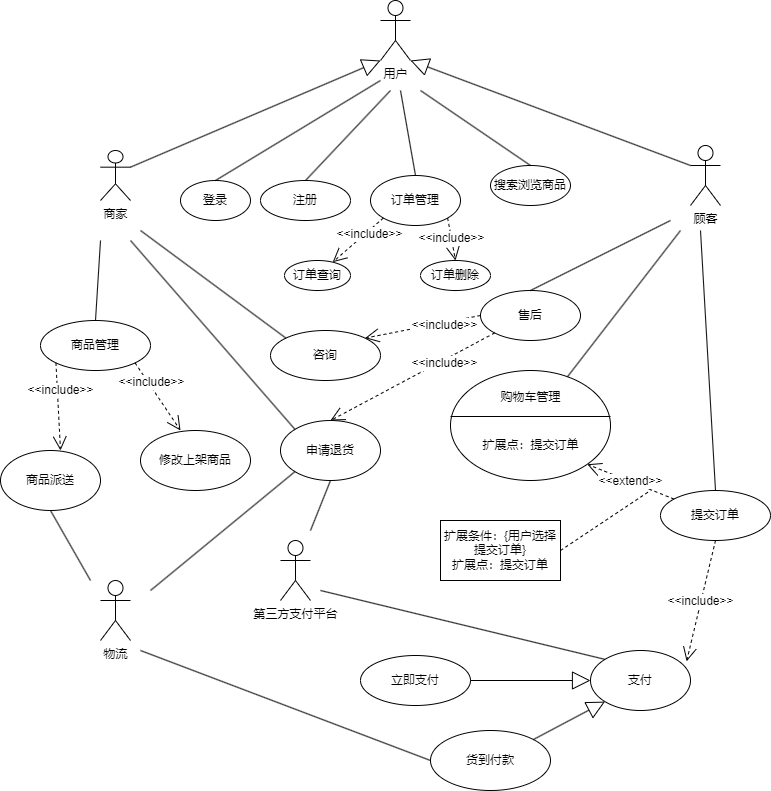
ICEFJL/Experiment-with-software-development-methods keeps this draw.io diagram as 实验1.drawio.png. Above is the earlier version. Source tidied: cells renumbered, new cells last; positions are measured from the earlier drawing's top-left corner, leaving out a move shared by most shapes. The source it was exported from:
```xml
<mxGraphModel>
  <root>
    <mxCell id="0" />
    <mxCell id="1" parent="0" />
    <mxCell id="2" value="用户" style="shape=umlActor;verticalLabelPosition=bottom;verticalAlign=top;html=1;outlineConnect=0;" parent="1" vertex="1">
      <mxGeometry x="380" width="30" height="60" as="geometry" />
    </mxCell>
    <mxCell id="3" value="顾客" style="shape=umlActor;verticalLabelPosition=bottom;verticalAlign=top;html=1;outlineConnect=0;" parent="1" vertex="1">
      <mxGeometry x="690" y="145" width="30" height="60" as="geometry" />
    </mxCell>
    <mxCell id="4" value="商家" style="shape=umlActor;verticalLabelPosition=bottom;verticalAlign=top;html=1;outlineConnect=0;" parent="1" vertex="1">
      <mxGeometry x="100" y="150" width="30" height="50" as="geometry" />
    </mxCell>
    <mxCell id="5" style="endArrow=block;endSize=16;endFill=0;html=1;rounded=0;exitX=1;exitY=0.3333333333333333;exitDx=0;exitDy=0;exitPerimeter=0;entryX=0;entryY=1;entryDx=0;entryDy=0;entryPerimeter=0;" parent="1" edge="1" source="4" target="2">
      <mxGeometry relative="1" as="geometry" />
    </mxCell>
    <mxCell id="6" style="endArrow=block;endSize=16;endFill=0;html=1;rounded=0;exitX=0;exitY=0.3333333333333333;exitDx=0;exitDy=0;exitPerimeter=0;entryX=1;entryY=1;entryDx=0;entryDy=0;entryPerimeter=0;" parent="1" edge="1" source="3" target="2">
      <mxGeometry relative="1" as="geometry" />
    </mxCell>
    <mxCell id="7" value="登录" style="ellipse;whiteSpace=wrap;html=1;" parent="1" vertex="1">
      <mxGeometry x="180" y="180" width="70" height="40" as="geometry" />
    </mxCell>
    <mxCell id="8" style="endArrow=none;html=1;rounded=0;exitX=0.5;exitY=0;exitDx=0;exitDy=0;" parent="1" edge="1" source="7">
      <mxGeometry relative="1" as="geometry">
        <mxPoint x="380" y="80" as="targetPoint" />
      </mxGeometry>
    </mxCell>
    <mxCell id="9" value="注册" style="ellipse;whiteSpace=wrap;html=1;" parent="1" vertex="1">
      <mxGeometry x="260" y="180" width="90" height="40" as="geometry" />
    </mxCell>
    <mxCell id="10" style="endArrow=none;html=1;rounded=0;exitX=0.5;exitY=0;exitDx=0;exitDy=0;" parent="1" edge="1" source="9">
      <mxGeometry relative="1" as="geometry">
        <mxPoint x="390" y="90" as="targetPoint" />
      </mxGeometry>
    </mxCell>
    <mxCell id="11" value="订单管理" style="ellipse;whiteSpace=wrap;html=1;" parent="1" vertex="1">
      <mxGeometry x="370" y="175" width="90" height="50" as="geometry" />
    </mxCell>
    <mxCell id="12" style="endArrow=none;html=1;rounded=0;entryX=0.5;entryY=0;entryDx=0;entryDy=0;" parent="1" edge="1" target="11">
      <mxGeometry relative="1" as="geometry">
        <mxPoint x="400" y="90" as="sourcePoint" />
      </mxGeometry>
    </mxCell>
    <mxCell id="13" value="搜索浏览商品" style="ellipse;whiteSpace=wrap;html=1;" parent="1" vertex="1">
      <mxGeometry x="490" y="165" width="80" height="40" as="geometry" />
    </mxCell>
    <mxCell id="14" style="endArrow=none;html=1;rounded=0;entryX=0.5;entryY=0;entryDx=0;entryDy=0;" parent="1" edge="1" target="13">
      <mxGeometry relative="1" as="geometry">
        <mxPoint x="420" y="90" as="sourcePoint" />
      </mxGeometry>
    </mxCell>
    <mxCell id="15" value="&amp;lt;&amp;lt;include&amp;gt;&amp;gt;" style="endArrow=open;endSize=12;dashed=1;html=1;rounded=0;exitX=0;exitY=1;exitDx=0;exitDy=0;" parent="1" edge="1" source="11" target="16">
      <mxGeometry x="-0.37" y="3" relative="1" as="geometry" />
    </mxCell>
    <mxCell id="16" value="订单查询" style="ellipse;whiteSpace=wrap;html=1;" parent="1" vertex="1">
      <mxGeometry x="284" y="260" width="66" height="30" as="geometry" />
    </mxCell>
    <mxCell id="17" value="订单删除" style="ellipse;whiteSpace=wrap;html=1;" parent="1" vertex="1">
      <mxGeometry x="420" y="260" width="70" height="30" as="geometry" />
    </mxCell>
    <mxCell id="18" value="&amp;lt;&amp;lt;include&amp;gt;&amp;gt;" style="endArrow=open;endSize=12;dashed=1;html=1;rounded=0;exitX=1;exitY=1;exitDx=0;exitDy=0;entryX=0.5;entryY=0;entryDx=0;entryDy=0;" parent="1" edge="1" source="11" target="17">
      <mxGeometry relative="1" as="geometry" />
    </mxCell>
    <mxCell id="19" style="ellipse;whiteSpace=wrap;html=1;" parent="1" vertex="1">
      <mxGeometry x="450" y="370" width="160" height="110" as="geometry" />
    </mxCell>
    <mxCell id="20" style="endArrow=none;html=1;rounded=0;exitX=0.731;exitY=0.057;exitDx=0;exitDy=0;exitPerimeter=0;" parent="1" edge="1" source="19">
      <mxGeometry relative="1" as="geometry">
        <mxPoint x="680" y="230" as="targetPoint" />
      </mxGeometry>
    </mxCell>
    <mxCell id="21" value="售后" style="ellipse;whiteSpace=wrap;html=1;" parent="1" vertex="1">
      <mxGeometry x="480" y="290" width="100" height="50" as="geometry" />
    </mxCell>
    <mxCell id="22" style="endArrow=none;html=1;rounded=0;exitX=0.5;exitY=0;exitDx=0;exitDy=0;" parent="1" edge="1" source="21">
      <mxGeometry relative="1" as="geometry">
        <mxPoint x="670" y="220" as="targetPoint" />
      </mxGeometry>
    </mxCell>
    <mxCell id="23" value="提交订单" style="ellipse;whiteSpace=wrap;html=1;" parent="1" vertex="1">
      <mxGeometry x="660" y="490" width="110" height="50" as="geometry" />
    </mxCell>
    <mxCell id="24" value="支付" style="ellipse;whiteSpace=wrap;html=1;" parent="1" vertex="1">
      <mxGeometry x="590" y="650" width="100" height="60" as="geometry" />
    </mxCell>
    <mxCell id="25" value="商品管理" style="ellipse;whiteSpace=wrap;html=1;" parent="1" vertex="1">
      <mxGeometry x="40" y="320" width="110" height="50" as="geometry" />
    </mxCell>
    <mxCell id="26" style="endArrow=none;html=1;rounded=0;exitX=0.5;exitY=0;exitDx=0;exitDy=0;" parent="1" edge="1" source="25">
      <mxGeometry relative="1" as="geometry">
        <mxPoint x="100" y="240" as="targetPoint" />
      </mxGeometry>
    </mxCell>
    <mxCell id="27" style="endArrow=none;html=1;rounded=0;exitX=0.5;exitY=0;exitDx=0;exitDy=0;" parent="1" edge="1" source="23">
      <mxGeometry relative="1" as="geometry">
        <mxPoint x="700" y="230" as="targetPoint" />
      </mxGeometry>
    </mxCell>
    <mxCell id="28" value="&amp;lt;&amp;lt;extend&amp;gt;&amp;gt;" style="endArrow=open;endSize=12;dashed=1;html=1;rounded=0;entryX=1;entryY=1;entryDx=0;entryDy=0;" parent="1" edge="1" source="23" target="19">
      <mxGeometry relative="1" as="geometry" />
    </mxCell>
    <mxCell id="29" value="&amp;lt;&amp;lt;include&amp;gt;&amp;gt;" style="endArrow=open;endSize=12;dashed=1;html=1;rounded=0;exitX=0.5;exitY=1;exitDx=0;exitDy=0;entryX=0.961;entryY=0.181;entryDx=0;entryDy=0;entryPerimeter=0;" parent="1" edge="1" source="23" target="24">
      <mxGeometry relative="1" as="geometry" />
    </mxCell>
    <mxCell id="30" value="申请退货" style="ellipse;whiteSpace=wrap;html=1;" parent="1" vertex="1">
      <mxGeometry x="280" y="420" width="100" height="60" as="geometry" />
    </mxCell>
    <mxCell id="31" value="&amp;lt;&amp;lt;include&amp;gt;&amp;gt;" style="endArrow=open;endSize=12;dashed=1;html=1;rounded=0;exitX=0;exitY=1;exitDx=0;exitDy=0;entryX=0.5;entryY=0;entryDx=0;entryDy=0;" parent="1" edge="1" source="21" target="30">
      <mxGeometry x="-0.37" y="3" relative="1" as="geometry" />
    </mxCell>
    <mxCell id="32" value="咨询" style="ellipse;whiteSpace=wrap;html=1;" parent="1" vertex="1">
      <mxGeometry x="270" y="330" width="110" height="50" as="geometry" />
    </mxCell>
    <mxCell id="33" value="&amp;lt;&amp;lt;include&amp;gt;&amp;gt;" style="endArrow=open;endSize=12;dashed=1;html=1;rounded=0;exitX=0;exitY=0.5;exitDx=0;exitDy=0;entryX=1;entryY=0;entryDx=0;entryDy=0;" parent="1" edge="1" source="21" target="32">
      <mxGeometry x="-0.37" y="3" relative="1" as="geometry" />
    </mxCell>
    <mxCell id="34" style="endArrow=none;html=1;rounded=0;exitX=0;exitY=0;exitDx=0;exitDy=0;" parent="1" edge="1" source="32">
      <mxGeometry relative="1" as="geometry">
        <mxPoint x="140" y="230" as="targetPoint" />
      </mxGeometry>
    </mxCell>
    <mxCell id="35" value="立即支付" style="ellipse;whiteSpace=wrap;html=1;" parent="1" vertex="1">
      <mxGeometry x="360" y="655" width="110" height="50" as="geometry" />
    </mxCell>
    <mxCell id="36" value="货到付款" style="ellipse;whiteSpace=wrap;html=1;" parent="1" vertex="1">
      <mxGeometry x="430" y="730" width="120" height="60" as="geometry" />
    </mxCell>
    <mxCell id="37" style="endArrow=block;endSize=16;endFill=0;html=1;rounded=0;exitX=1;exitY=0.5;exitDx=0;exitDy=0;entryX=0;entryY=0.5;entryDx=0;entryDy=0;" parent="1" edge="1" source="35" target="24">
      <mxGeometry relative="1" as="geometry" />
    </mxCell>
    <mxCell id="38" style="endArrow=block;endSize=16;endFill=0;html=1;rounded=0;exitX=1;exitY=0;exitDx=0;exitDy=0;entryX=0;entryY=1;entryDx=0;entryDy=0;" parent="1" edge="1" source="36" target="24">
      <mxGeometry relative="1" as="geometry" />
    </mxCell>
    <mxCell id="39" style="endArrow=none;html=1;rounded=0;exitX=0;exitY=0;exitDx=0;exitDy=0;" parent="1" edge="1" source="30">
      <mxGeometry relative="1" as="geometry">
        <mxPoint x="130" y="240" as="targetPoint" />
      </mxGeometry>
    </mxCell>
    <mxCell id="40" value="第三方支付平台" style="shape=umlActor;verticalLabelPosition=bottom;verticalAlign=top;html=1;" parent="1" vertex="1">
      <mxGeometry x="280" y="540" width="30" height="60" as="geometry" />
    </mxCell>
    <mxCell id="41" style="endArrow=none;html=1;rounded=0;exitX=0;exitY=0;exitDx=0;exitDy=0;" parent="1" edge="1" source="24">
      <mxGeometry relative="1" as="geometry">
        <mxPoint x="320" y="590" as="targetPoint" />
      </mxGeometry>
    </mxCell>
    <mxCell id="42" style="endArrow=none;html=1;rounded=0;exitX=0.5;exitY=1;exitDx=0;exitDy=0;" parent="1" edge="1" source="30">
      <mxGeometry relative="1" as="geometry">
        <mxPoint x="310" y="530" as="targetPoint" />
      </mxGeometry>
    </mxCell>
    <mxCell id="43" style="line;strokeWidth=1;fillColor=none;align=left;verticalAlign=middle;spacingTop=-1;spacingLeft=3;spacingRight=3;labelPosition=right;strokeColor=inherit;" parent="1" vertex="1">
      <mxGeometry x="450" y="412" width="160" height="8" as="geometry" />
    </mxCell>
    <mxCell id="44" value="购物车管理" style="text;html=1;align=center;verticalAlign=middle;strokeColor=none;fillColor=none;" parent="1" vertex="1">
      <mxGeometry x="490" y="382" width="80" height="30" as="geometry" />
    </mxCell>
    <mxCell id="45" value="扩展点：提交订单" style="text;html=1;align=center;verticalAlign=middle;strokeColor=none;fillColor=none;" parent="1" vertex="1">
      <mxGeometry x="470" y="430" width="120" height="30" as="geometry" />
    </mxCell>
    <mxCell id="46" value="扩展条件：{用户选择提交订单}&lt;br&gt;扩展点：提交订单" style="rounded=0;whiteSpace=wrap;html=1;" parent="1" vertex="1">
      <mxGeometry x="440" y="520" width="120" height="60" as="geometry" />
    </mxCell>
    <mxCell id="47" style="endArrow=none;dashed=1;html=1;rounded=0;exitX=1;exitY=0.5;exitDx=0;exitDy=0;" parent="1" edge="1" source="46">
      <mxGeometry relative="1" as="geometry">
        <mxPoint x="650" y="490" as="targetPoint" />
      </mxGeometry>
    </mxCell>
    <mxCell id="48" value="物流" style="shape=umlActor;verticalLabelPosition=bottom;verticalAlign=top;html=1;" parent="1" vertex="1">
      <mxGeometry x="100" y="580" width="30" height="60" as="geometry" />
    </mxCell>
    <mxCell id="49" style="endArrow=none;html=1;rounded=0;exitX=0;exitY=1;exitDx=0;exitDy=0;" parent="1" edge="1" source="30">
      <mxGeometry relative="1" as="geometry">
        <mxPoint x="150" y="590" as="targetPoint" />
      </mxGeometry>
    </mxCell>
    <mxCell id="50" style="endArrow=none;html=1;rounded=0;exitX=0;exitY=0.5;exitDx=0;exitDy=0;" parent="1" edge="1" source="36">
      <mxGeometry relative="1" as="geometry">
        <mxPoint x="140" y="650" as="targetPoint" />
      </mxGeometry>
    </mxCell>
    <mxCell id="51" value="&amp;lt;&amp;lt;include&amp;gt;&amp;gt;" style="endArrow=open;endSize=12;dashed=1;html=1;rounded=0;exitX=1;exitY=1;exitDx=0;exitDy=0;" parent="1" edge="1" source="25">
      <mxGeometry x="-0.37" y="3" relative="1" as="geometry">
        <mxPoint x="180" y="430" as="targetPoint" />
      </mxGeometry>
    </mxCell>
    <mxCell id="52" value="修改上架商品" style="ellipse;whiteSpace=wrap;html=1;" parent="1" vertex="1">
      <mxGeometry x="140" y="430" width="110" height="60" as="geometry" />
    </mxCell>
    <mxCell id="53" value="&amp;lt;&amp;lt;include&amp;gt;&amp;gt;" style="endArrow=open;endSize=12;dashed=1;html=1;rounded=0;exitX=0;exitY=1;exitDx=0;exitDy=0;" parent="1" edge="1" source="25">
      <mxGeometry x="-0.37" y="3" relative="1" as="geometry">
        <mxPoint x="60" y="450" as="targetPoint" />
      </mxGeometry>
    </mxCell>
    <mxCell id="54" value="商品派送" style="ellipse;whiteSpace=wrap;html=1;" parent="1" vertex="1">
      <mxGeometry y="450" width="100" height="60" as="geometry" />
    </mxCell>
    <mxCell id="55" style="endArrow=none;html=1;rounded=0;exitX=0.5;exitY=1;exitDx=0;exitDy=0;" parent="1" edge="1" source="54">
      <mxGeometry relative="1" as="geometry">
        <mxPoint x="90" y="580" as="targetPoint" />
      </mxGeometry>
    </mxCell>
  </root>
</mxGraphModel>
```
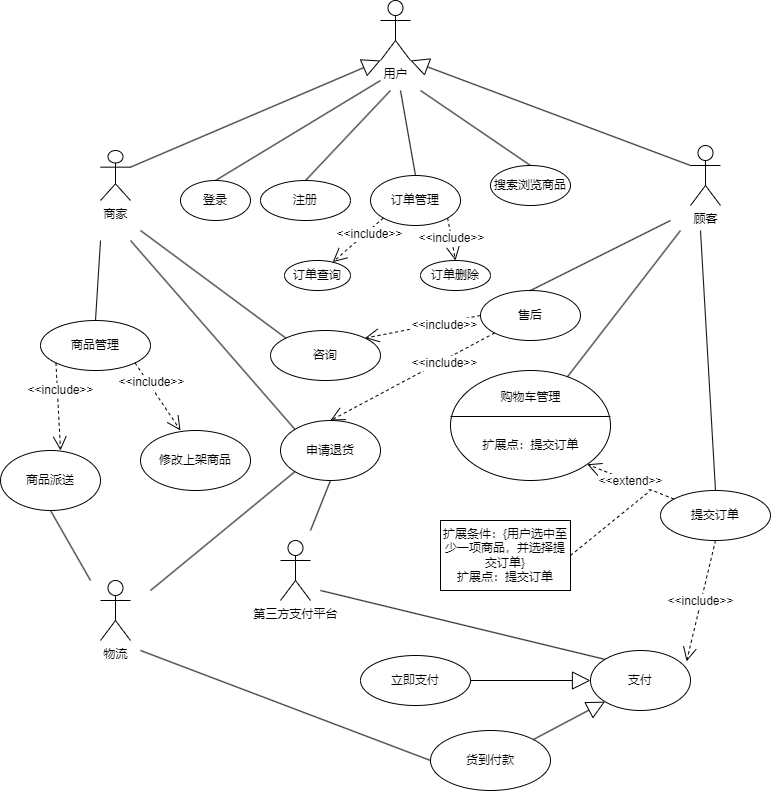
The same file after the commit.

The edit, as a diff of the source:
```diff
@@ -158,8 +158,8 @@
     <mxCell id="45" value="扩展点：提交订单" style="text;html=1;align=center;verticalAlign=middle;strokeColor=none;fillColor=none;" parent="1" vertex="1">
       <mxGeometry x="470" y="430" width="120" height="30" as="geometry" />
     </mxCell>
-    <mxCell id="46" value="扩展条件：{用户选择提交订单}&lt;br&gt;扩展点：提交订单" style="rounded=0;whiteSpace=wrap;html=1;" parent="1" vertex="1">
-      <mxGeometry x="440" y="520" width="120" height="60" as="geometry" />
+    <mxCell id="46" value="扩展条件：{用户选中至少一项商品，并选择提交订单}&lt;br&gt;扩展点：提交订单" style="rounded=0;whiteSpace=wrap;html=1;" parent="1" vertex="1">
+      <mxGeometry x="440" y="520" width="130" height="70" as="geometry" />
     </mxCell>
     <mxCell id="47" style="endArrow=none;dashed=1;html=1;rounded=0;exitX=1;exitY=0.5;exitDx=0;exitDy=0;" parent="1" edge="1" source="46">
       <mxGeometry relative="1" as="geometry">
```
